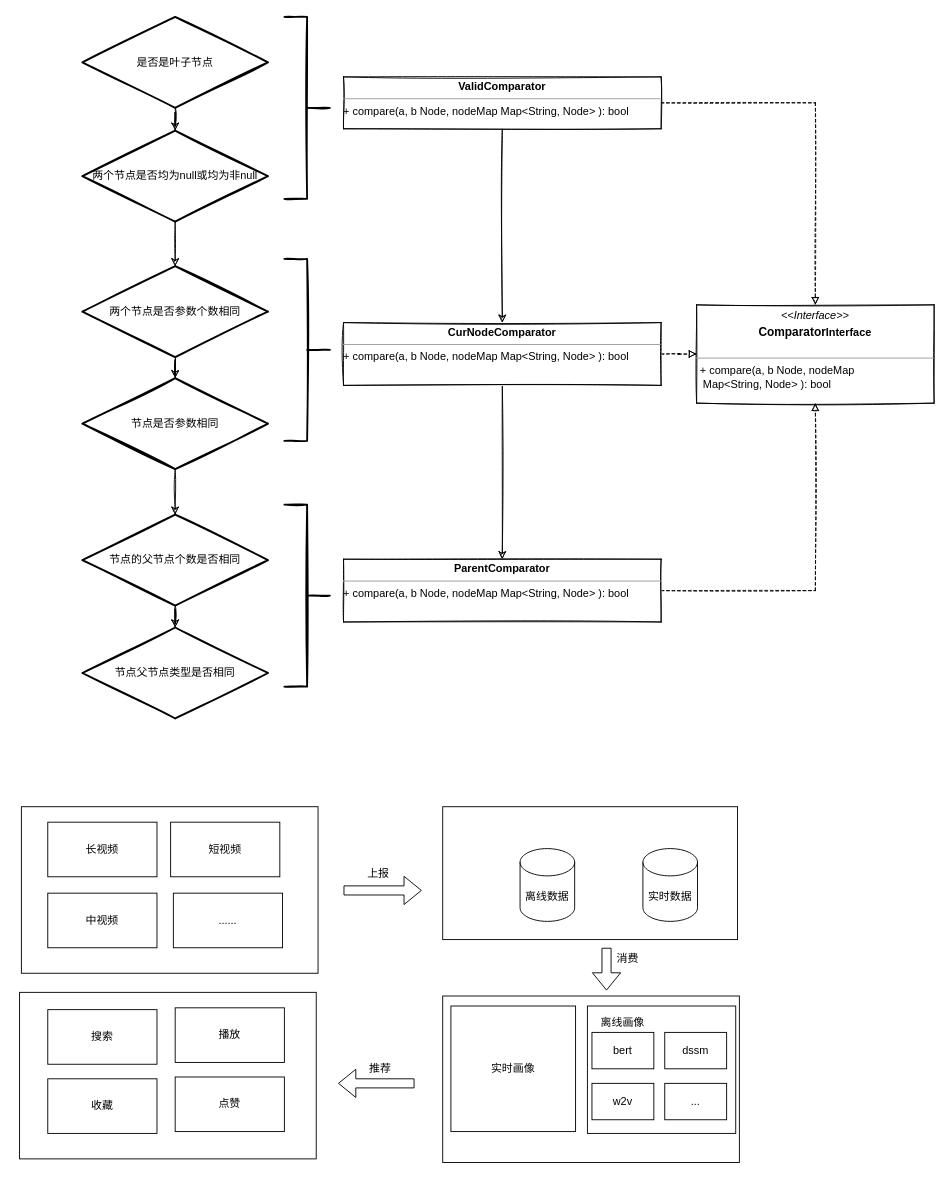
Earlier version of the draw.io diagram page "Page-7" (7 of 7) of 未命名绘图.drawio (nullbull/uml). Source tidied: cells renumbered, new cells numbered last; positions are measured from the earlier drawing's top-left corner, leaving out a move shared by most shapes. Both pictures are drawn from the tidied source at 91%, with x=0, y=0 at pixel (15, 16).
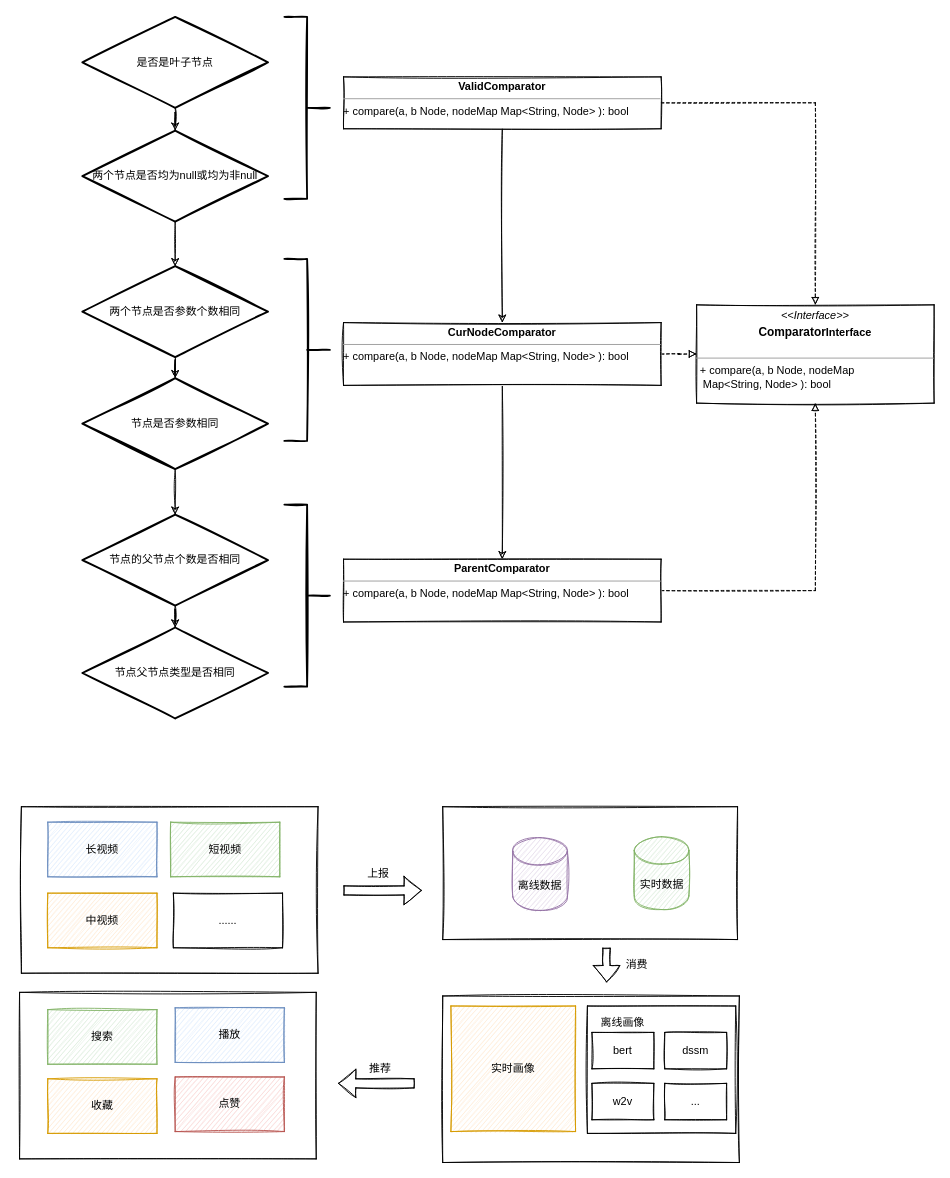
The same diagram, later.

Commit message:
Update 未命名绘图.drawio

Diff of the diagram source:
```diff
@@
-    <mxCell id="2" style="rounded=0;whiteSpace=wrap;html=1;" parent="1" vertex="1">
+    <mxCell id="2" style="rounded=0;whiteSpace=wrap;html=1;sketch=1;" parent="1" vertex="1">
       <mxGeometry x="469" y="1076" width="326" height="183" as="geometry" />
     </mxCell>
-    <mxCell id="3" style="rounded=0;whiteSpace=wrap;html=1;" parent="1" vertex="1">
+    <mxCell id="3" style="rounded=0;whiteSpace=wrap;html=1;sketch=1;" parent="1" vertex="1">
       <mxGeometry x="469" y="868" width="324" height="146" as="geometry" />
     </mxCell>
-    <mxCell id="4" style="rounded=0;whiteSpace=wrap;html=1;" parent="1" vertex="1">
+    <mxCell id="4" style="rounded=0;whiteSpace=wrap;html=1;sketch=1;" parent="1" vertex="1">
       <mxGeometry x="4" y="1072" width="326" height="183" as="geometry" />
     </mxCell>
-    <mxCell id="5" style="rounded=0;whiteSpace=wrap;html=1;" parent="1" vertex="1">
+    <mxCell id="5" style="rounded=0;whiteSpace=wrap;html=1;sketch=1;" parent="1" vertex="1">
       <mxGeometry x="6" y="868" width="326" height="183" as="geometry" />
     </mxCell>
@@
-    <mxCell id="30" value="长视频" style="rounded=0;whiteSpace=wrap;html=1;" parent="1" vertex="1">
+    <mxCell id="30" value="长视频" style="rounded=0;whiteSpace=wrap;html=1;sketch=1;fillColor=#dae8fc;strokeColor=#6c8ebf;" parent="1" vertex="1">
       <mxGeometry x="35" y="885" width="120" height="60" as="geometry" />
     </mxCell>
-    <mxCell id="31" value="短视频" style="rounded=0;whiteSpace=wrap;html=1;" parent="1" vertex="1">
+    <mxCell id="31" value="短视频" style="rounded=0;whiteSpace=wrap;html=1;sketch=1;fillColor=#d5e8d4;strokeColor=#82b366;" parent="1" vertex="1">
       <mxGeometry x="170" y="885" width="120" height="60" as="geometry" />
     </mxCell>
-    <mxCell id="32" value="中视频" style="rounded=0;whiteSpace=wrap;html=1;" parent="1" vertex="1">
+    <mxCell id="32" value="中视频" style="rounded=0;whiteSpace=wrap;html=1;sketch=1;fillColor=#ffe6cc;strokeColor=#d79b00;" parent="1" vertex="1">
       <mxGeometry x="35" y="963" width="120" height="60" as="geometry" />
     </mxCell>
-    <mxCell id="33" value="......" style="rounded=0;whiteSpace=wrap;html=1;" parent="1" vertex="1">
+    <mxCell id="33" value="......" style="rounded=0;whiteSpace=wrap;html=1;sketch=1;" parent="1" vertex="1">
       <mxGeometry x="173" y="963" width="120" height="60" as="geometry" />
     </mxCell>
-    <mxCell id="34" value="搜索" style="rounded=0;whiteSpace=wrap;html=1;" parent="1" vertex="1">
+    <mxCell id="34" value="搜索" style="rounded=0;whiteSpace=wrap;html=1;sketch=1;fillColor=#d5e8d4;strokeColor=#82b366;" parent="1" vertex="1">
       <mxGeometry x="35" y="1091" width="120" height="60" as="geometry" />
     </mxCell>
-    <mxCell id="35" value="播放" style="rounded=0;whiteSpace=wrap;html=1;" parent="1" vertex="1">
+    <mxCell id="35" value="播放" style="rounded=0;whiteSpace=wrap;html=1;sketch=1;fillColor=#dae8fc;strokeColor=#6c8ebf;" parent="1" vertex="1">
       <mxGeometry x="175" y="1089" width="120" height="60" as="geometry" />
     </mxCell>
-    <mxCell id="36" value="收藏" style="rounded=0;whiteSpace=wrap;html=1;" parent="1" vertex="1">
+    <mxCell id="36" value="收藏" style="rounded=0;whiteSpace=wrap;html=1;sketch=1;fillColor=#ffe6cc;strokeColor=#d79b00;" parent="1" vertex="1">
       <mxGeometry x="35" y="1167" width="120" height="60" as="geometry" />
     </mxCell>
-    <mxCell id="37" value="点赞" style="rounded=0;whiteSpace=wrap;html=1;" parent="1" vertex="1">
+    <mxCell id="37" value="点赞" style="rounded=0;whiteSpace=wrap;html=1;sketch=1;fillColor=#f8cecc;strokeColor=#b85450;" parent="1" vertex="1">
       <mxGeometry x="175" y="1165" width="120" height="60" as="geometry" />
     </mxCell>
-    <mxCell id="38" value="离线数据" style="shape=cylinder3;whiteSpace=wrap;html=1;boundedLbl=1;backgroundOutline=1;size=15;" parent="1" vertex="1">
-      <mxGeometry x="554" y="914" width="60" height="80" as="geometry" />
+    <mxCell id="38" value="离线数据" style="shape=cylinder3;whiteSpace=wrap;html=1;boundedLbl=1;backgroundOutline=1;size=15;sketch=1;fillColor=#e1d5e7;strokeColor=#9673a6;" parent="1" vertex="1">
+      <mxGeometry x="546" y="902" width="60" height="80" as="geometry" />
     </mxCell>
-    <mxCell id="39" value="实时数据" style="shape=cylinder3;whiteSpace=wrap;html=1;boundedLbl=1;backgroundOutline=1;size=15;" parent="1" vertex="1">
-      <mxGeometry x="689" y="914" width="60" height="80" as="geometry" />
+    <mxCell id="39" value="实时数据" style="shape=cylinder3;whiteSpace=wrap;html=1;boundedLbl=1;backgroundOutline=1;size=15;sketch=1;fillColor=#d5e8d4;strokeColor=#82b366;" parent="1" vertex="1">
+      <mxGeometry x="679.5" y="901" width="60" height="80" as="geometry" />
     </mxCell>
-    <mxCell id="40" value="实时画像" style="rounded=0;whiteSpace=wrap;html=1;" parent="1" vertex="1">
+    <mxCell id="40" value="实时画像" style="rounded=0;whiteSpace=wrap;html=1;sketch=1;fillColor=#ffe6cc;strokeColor=#d79b00;" parent="1" vertex="1">
       <mxGeometry x="478" y="1087" width="137" height="138" as="geometry" />
     </mxCell>
-    <mxCell id="41" style="rounded=0;whiteSpace=wrap;html=1;" parent="1" vertex="1">
+    <mxCell id="41" style="rounded=0;whiteSpace=wrap;html=1;sketch=1;" parent="1" vertex="1">
       <mxGeometry x="628" y="1087" width="163" height="140" as="geometry" />
     </mxCell>
-    <mxCell id="42" value="bert" style="rounded=0;whiteSpace=wrap;html=1;" parent="1" vertex="1">
+    <mxCell id="42" value="bert" style="rounded=0;whiteSpace=wrap;html=1;sketch=1;" parent="1" vertex="1">
       <mxGeometry x="633" y="1116" width="68" height="40" as="geometry" />
     </mxCell>
-    <mxCell id="43" value="w2v" style="rounded=0;whiteSpace=wrap;html=1;" parent="1" vertex="1">
+    <mxCell id="43" value="w2v" style="rounded=0;whiteSpace=wrap;html=1;sketch=1;" parent="1" vertex="1">
       <mxGeometry x="633" y="1172" width="68" height="40" as="geometry" />
     </mxCell>
-    <mxCell id="44" value="dssm" style="rounded=0;whiteSpace=wrap;html=1;" parent="1" vertex="1">
+    <mxCell id="44" value="dssm" style="rounded=0;whiteSpace=wrap;html=1;sketch=1;" parent="1" vertex="1">
       <mxGeometry x="713" y="1116" width="68" height="40" as="geometry" />
     </mxCell>
-    <mxCell id="45" value="..." style="rounded=0;whiteSpace=wrap;html=1;" parent="1" vertex="1">
+    <mxCell id="45" value="..." style="rounded=0;whiteSpace=wrap;html=1;sketch=1;" parent="1" vertex="1">
       <mxGeometry x="713" y="1172" width="68" height="40" as="geometry" />
     </mxCell>
-    <mxCell id="46" value="离线画像" style="text;html=1;strokeColor=none;fillColor=none;align=center;verticalAlign=middle;whiteSpace=wrap;rounded=0;" parent="1" vertex="1">
+    <mxCell id="46" value="离线画像" style="text;html=1;strokeColor=none;fillColor=none;align=center;verticalAlign=middle;whiteSpace=wrap;rounded=0;sketch=1;" parent="1" vertex="1">
       <mxGeometry x="637" y="1091" width="60" height="30" as="geometry" />
     </mxCell>
-    <mxCell id="47" style="shape=flexArrow;endArrow=classic;html=1;rounded=0;" parent="1" edge="1">
+    <mxCell id="47" style="shape=flexArrow;endArrow=classic;html=1;rounded=0;sketch=1;" parent="1" edge="1">
       <mxGeometry relative="1" as="geometry">
         <mxPoint x="360" y="960" as="sourcePoint" />
         <mxPoint x="446" y="960" as="targetPoint" />
       </mxGeometry>
     </mxCell>
-    <mxCell id="48" value="上报" style="text;html=1;align=center;verticalAlign=middle;strokeColor=none;fillColor=none;" parent="1" vertex="1">
+    <mxCell id="48" value="上报" style="text;html=1;align=center;verticalAlign=middle;strokeColor=none;fillColor=none;sketch=1;" parent="1" vertex="1">
       <mxGeometry x="381" y="933" width="34" height="18" as="geometry" />
     </mxCell>
-    <mxCell id="49" style="shape=flexArrow;endArrow=classic;html=1;rounded=0;" parent="1" edge="1">
+    <mxCell id="49" style="shape=flexArrow;endArrow=classic;html=1;rounded=0;sketch=1;" parent="1" edge="1">
       <mxGeometry relative="1" as="geometry">
         <mxPoint x="438" y="1172" as="sourcePoint" />
         <mxPoint x="354" y="1172" as="targetPoint" />
       </mxGeometry>
     </mxCell>
-    <mxCell id="50" value="推荐" style="text;html=1;align=center;verticalAlign=middle;strokeColor=none;fillColor=none;" parent="1" vertex="1">
+    <mxCell id="50" value="推荐" style="text;html=1;align=center;verticalAlign=middle;strokeColor=none;fillColor=none;sketch=1;" parent="1" vertex="1">
       <mxGeometry x="383" y="1147" width="34" height="18" as="geometry" />
     </mxCell>
-    <mxCell id="51" style="shape=flexArrow;endArrow=classic;html=1;rounded=0;" parent="1" edge="1">
+    <mxCell id="51" style="shape=flexArrow;endArrow=classic;html=1;rounded=0;sketch=1;width=8;endSize=5.67;" parent="1" edge="1">
       <mxGeometry relative="1" as="geometry">
         <mxPoint x="649" y="1023" as="sourcePoint" />
-        <mxPoint x="649" y="1070" as="targetPoint" />
+        <mxPoint x="649" y="1061" as="targetPoint" />
       </mxGeometry>
     </mxCell>
-    <mxCell id="52" value="消费" style="text;html=1;align=center;verticalAlign=middle;strokeColor=none;fillColor=none;" parent="1" vertex="1">
-      <mxGeometry x="655" y="1026" width="34" height="18" as="geometry" />
+    <mxCell id="52" value="消费" style="text;html=1;align=center;verticalAlign=middle;strokeColor=none;fillColor=none;sketch=1;" parent="1" vertex="1">
+      <mxGeometry x="665" y="1033" width="34" height="18" as="geometry" />
     </mxCell>
```
